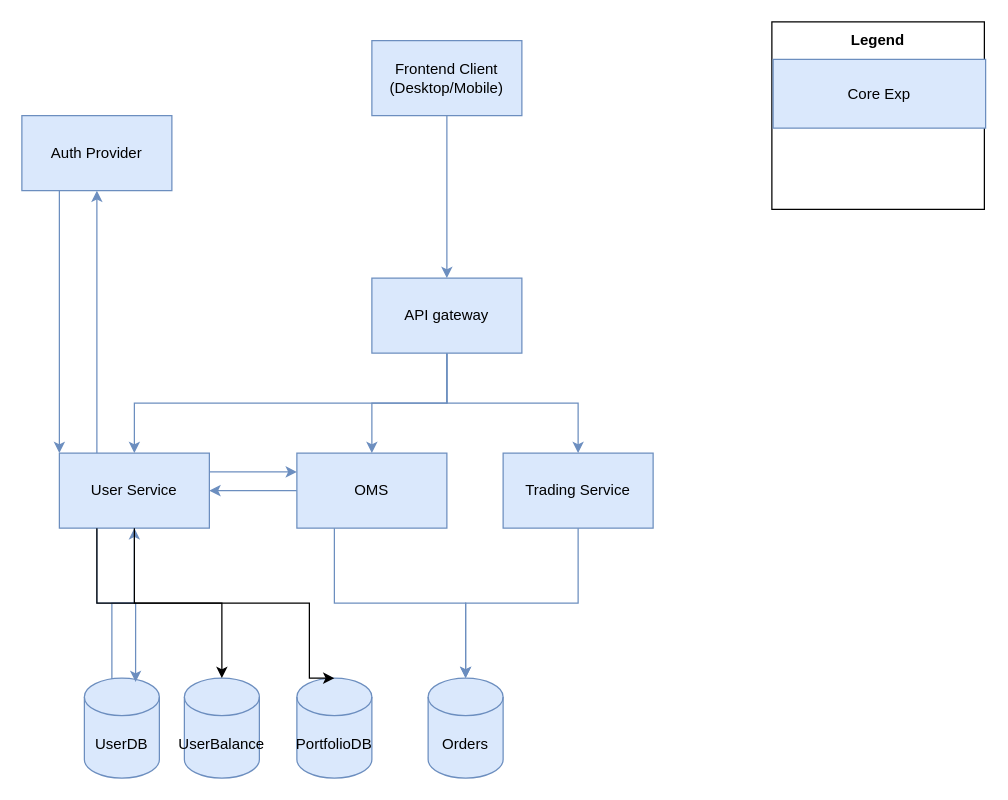
Earlier version of the draw.io diagram documentation/ProjectTradeArchitecture.drawio (Alucardigan/ProjectTrade). Source tidied: cells renumbered, new cells numbered last; positions are measured from the earlier drawing's top-left corner, leaving out a move shared by most shapes. Both pictures are drawn from the tidied source at 125%, with x=0, y=0 at pixel (21, 21).
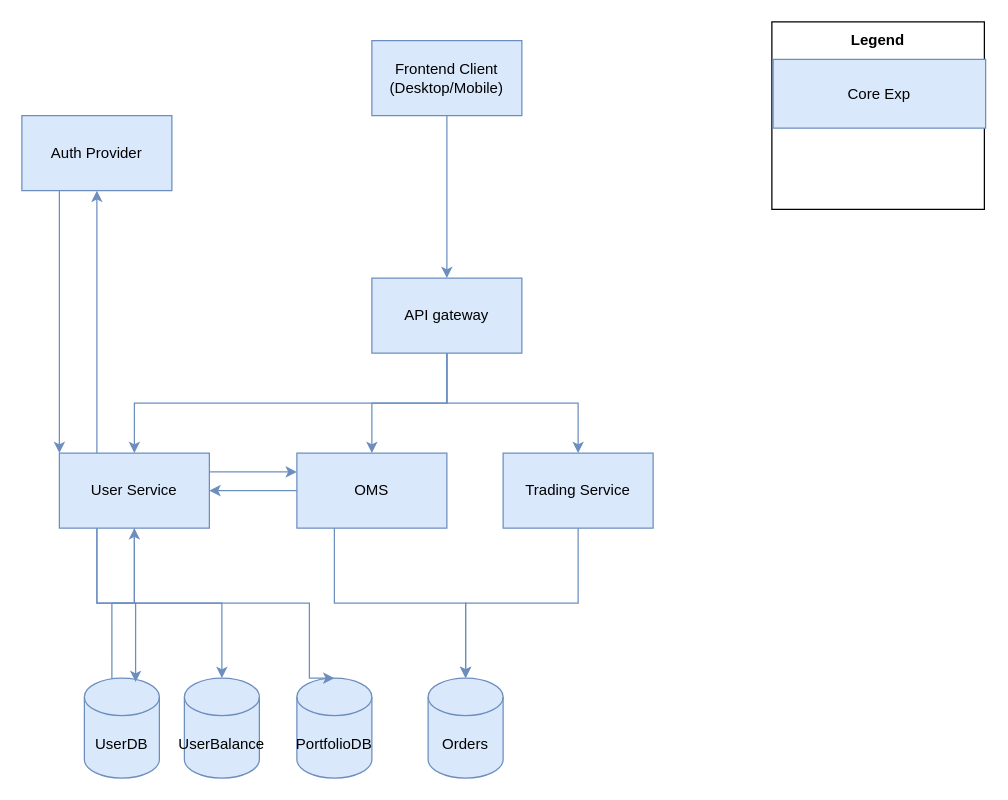
The same diagram, later.

Unchanged cells that the change refers to:
```xml
<mxCell id="10" value="User Service" style="rounded=0;whiteSpace=wrap;html=1;fillColor=#dae8fc;strokeColor=#6c8ebf;" parent="1" vertex="1">
  <mxGeometry x="30" y="345" width="120" height="60" as="geometry" />
</mxCell>
<mxCell id="25" value="PortfolioDB" style="shape=cylinder3;whiteSpace=wrap;html=1;boundedLbl=1;backgroundOutline=1;size=15;fillColor=#dae8fc;strokeColor=#6c8ebf;" parent="1" vertex="1">
  <mxGeometry x="220" y="525" width="60" height="80" as="geometry" />
</mxCell>
<mxCell id="26" value="UserBalance" style="shape=cylinder3;whiteSpace=wrap;html=1;boundedLbl=1;backgroundOutline=1;size=15;fillColor=#dae8fc;strokeColor=#6c8ebf;" parent="1" vertex="1">
  <mxGeometry x="130" y="525" width="60" height="80" as="geometry" />
</mxCell>
```

Diff of the diagram source:
```diff
@@
-    <mxCell id="27" style="edgeStyle=orthogonalEdgeStyle;rounded=0;jettySize=auto;html=1;exitX=0.5;exitY=1;exitDx=0;exitDy=0;entryX=0.5;entryY=0;entryDx=0;entryDy=0;entryPerimeter=0;" parent="1" edge="1" source="10" target="26">
+    <mxCell id="27" style="edgeStyle=orthogonalEdgeStyle;rounded=0;jettySize=auto;html=1;exitX=0.5;exitY=1;exitDx=0;exitDy=0;entryX=0.5;entryY=0;entryDx=0;entryDy=0;entryPerimeter=0;fillColor=#dae8fc;strokeColor=#6c8ebf;" parent="1" edge="1" source="10" target="26">
       <mxGeometry relative="1" as="geometry" />
     </mxCell>
-    <mxCell id="28" style="edgeStyle=orthogonalEdgeStyle;rounded=0;jettySize=auto;html=1;exitX=0.25;exitY=1;exitDx=0;exitDy=0;entryX=0.5;entryY=0;entryDx=0;entryDy=0;entryPerimeter=0;" parent="1" edge="1" source="10" target="25">
+    <mxCell id="28" style="edgeStyle=orthogonalEdgeStyle;rounded=0;jettySize=auto;html=1;exitX=0.25;exitY=1;exitDx=0;exitDy=0;entryX=0.5;entryY=0;entryDx=0;entryDy=0;entryPerimeter=0;fillColor=#dae8fc;strokeColor=#6c8ebf;" parent="1" edge="1" source="10" target="25">
       <mxGeometry relative="1" as="geometry">
         <Array as="points">
           <mxPoint x="60" y="465" />
           <mxPoint x="230" y="465" />
           <mxPoint x="230" y="525" />
         </Array>
       </mxGeometry>
     </mxCell>
```
